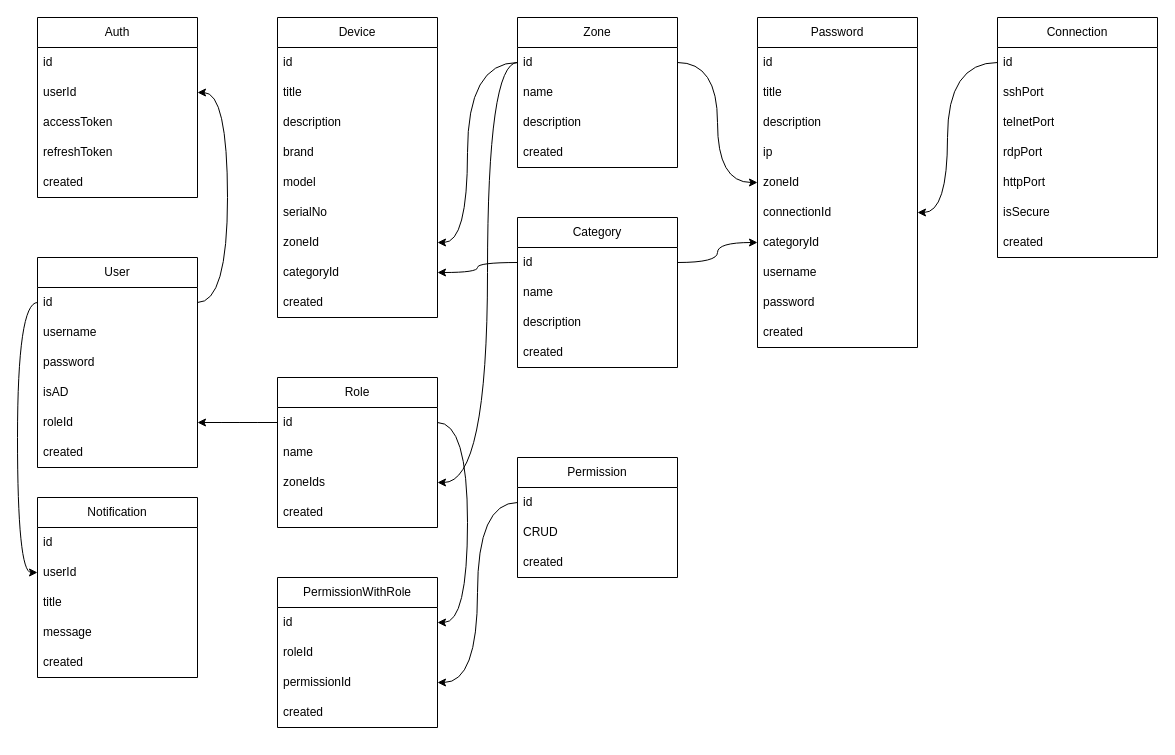
Earlier version of the draw.io diagram database.drawio (doctormaster1/syqpass). Source tidied: cells renumbered, new cells numbered last; positions are measured from the earlier drawing's top-left corner, leaving out a move shared by most shapes. Both pictures are drawn from the tidied source at 100%, with x=0, y=0 at pixel (17, 17).
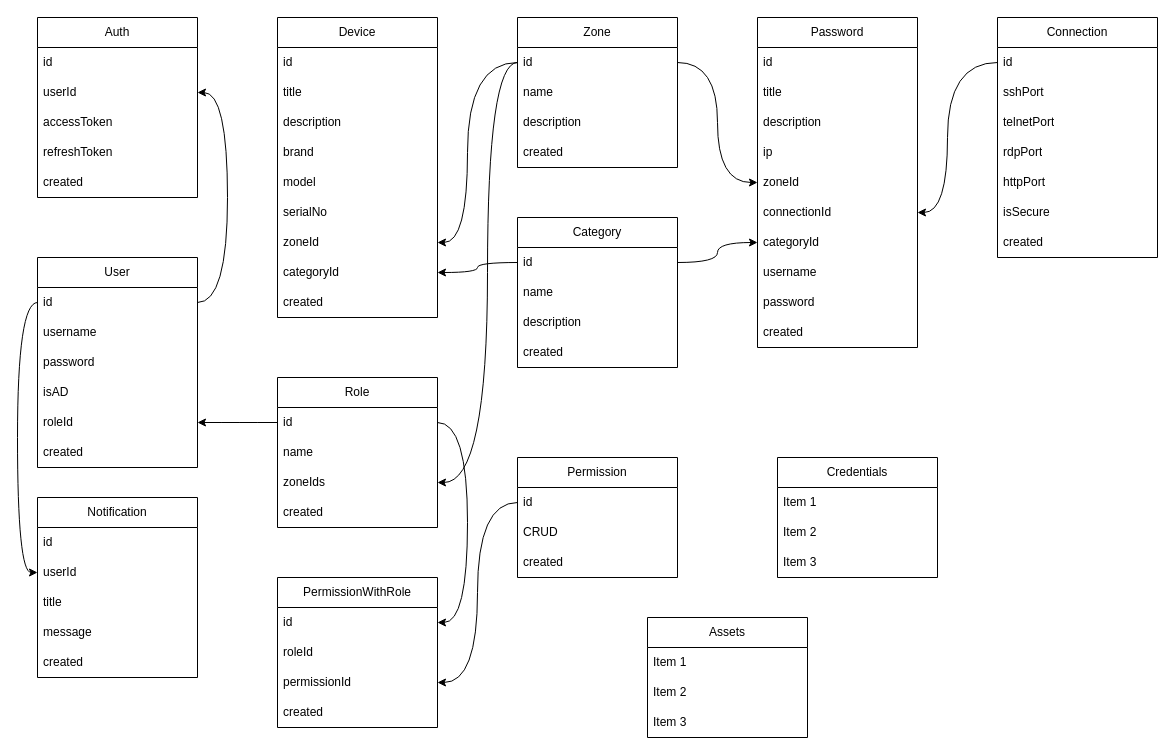
After the change.

Change to the diagram source:
```diff
@@
+    <mxCell id="85" value="Credentials" style="swimlane;fontStyle=0;horizontal=1;startSize=30;whiteSpace=wrap;html=1;" parent="1" vertex="1">
+      <mxGeometry x="760" y="440" width="160" height="120" as="geometry" />
+    </mxCell>
+    <mxCell id="86" value="Item 1" style="text;strokeColor=none;fillColor=none;align=left;verticalAlign=middle;spacingLeft=4;spacingRight=4;overflow=hidden;whiteSpace=wrap;html=1;" parent="85" vertex="1">
+      <mxGeometry y="30" width="160" height="30" as="geometry" />
+    </mxCell>
+    <mxCell id="87" value="Item 2" style="text;strokeColor=none;fillColor=none;align=left;verticalAlign=middle;spacingLeft=4;spacingRight=4;overflow=hidden;whiteSpace=wrap;html=1;" parent="85" vertex="1">
+      <mxGeometry y="60" width="160" height="30" as="geometry" />
+    </mxCell>
+    <mxCell id="88" value="Item 3" style="text;strokeColor=none;fillColor=none;align=left;verticalAlign=middle;spacingLeft=4;spacingRight=4;overflow=hidden;whiteSpace=wrap;html=1;" parent="85" vertex="1">
+      <mxGeometry y="90" width="160" height="30" as="geometry" />
+    </mxCell>
+    <mxCell id="89" value="Assets" style="swimlane;fontStyle=0;horizontal=1;startSize=30;whiteSpace=wrap;html=1;" parent="1" vertex="1">
+      <mxGeometry x="630" y="600" width="160" height="120" as="geometry" />
+    </mxCell>
+    <mxCell id="90" value="Item 1" style="text;strokeColor=none;fillColor=none;align=left;verticalAlign=middle;spacingLeft=4;spacingRight=4;overflow=hidden;whiteSpace=wrap;html=1;" parent="89" vertex="1">
+      <mxGeometry y="30" width="160" height="30" as="geometry" />
+    </mxCell>
+    <mxCell id="91" value="Item 2" style="text;strokeColor=none;fillColor=none;align=left;verticalAlign=middle;spacingLeft=4;spacingRight=4;overflow=hidden;whiteSpace=wrap;html=1;" parent="89" vertex="1">
+      <mxGeometry y="60" width="160" height="30" as="geometry" />
+    </mxCell>
+    <mxCell id="92" value="Item 3" style="text;strokeColor=none;fillColor=none;align=left;verticalAlign=middle;spacingLeft=4;spacingRight=4;overflow=hidden;whiteSpace=wrap;html=1;" parent="89" vertex="1">
+      <mxGeometry y="90" width="160" height="30" as="geometry" />
+    </mxCell>
```
